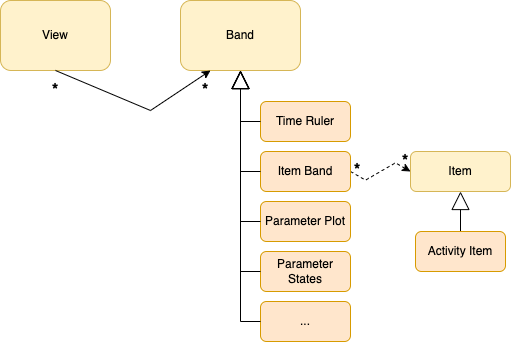
The draw.io diagram docs/server-manual/timeline/_images/timeline-model.png in yamcs/yamcs, before a commit. Source tidied: cells renumbered, new cells last; positions are measured from the earlier drawing's top-left corner, leaving out a move shared by most shapes.
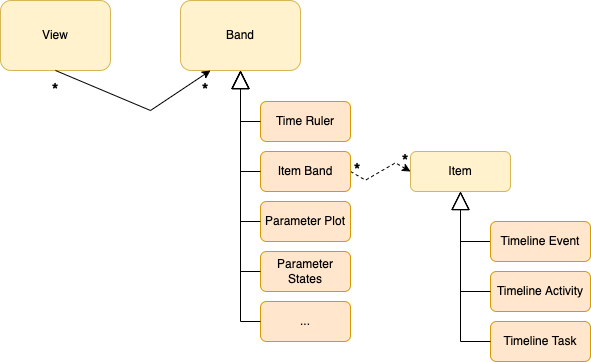
Later version of the same file.

What changed in the source:
```diff
@@ -38,8 +38,12 @@
     <mxCell id="11" value="*" style="text;html=1;strokeColor=none;fillColor=none;align=center;verticalAlign=middle;whiteSpace=wrap;rounded=0;fontSize=16;fontStyle=1;" parent="1" vertex="1">
       <mxGeometry x="390" y="151" width="30" height="20" as="geometry" />
     </mxCell>
-    <mxCell id="12" style="endArrow=block;endSize=16;endFill=0;html=1;rounded=0;fontSize=16;entryX=0.5;entryY=1;entryDx=0;entryDy=0;" parent="1" edge="1" source="21" target="4">
-      <mxGeometry relative="1" as="geometry" />
+    <mxCell id="12" style="endArrow=block;endSize=16;endFill=0;html=1;rounded=0;fontSize=16;entryX=0.5;entryY=1;entryDx=0;entryDy=0;exitX=0;exitY=0.5;exitDx=0;exitDy=0;" parent="1" edge="1" source="21" target="4">
+      <mxGeometry relative="1" as="geometry">
+        <Array as="points">
+          <mxPoint x="460" y="241" />
+        </Array>
+      </mxGeometry>
     </mxCell>
     <mxCell id="13" value="Time Ruler" style="rounded=1;whiteSpace=wrap;html=1;fillColor=#ffe6cc;strokeColor=#d79b00;" parent="1" vertex="1">
       <mxGeometry x="260" y="101" width="90" height="40" as="geometry" />
@@ -81,8 +85,8 @@
         </Array>
       </mxGeometry>
     </mxCell>
-    <mxCell id="21" value="Activity Item" style="rounded=1;whiteSpace=wrap;html=1;fillColor=#ffe6cc;strokeColor=#d79b00;" parent="1" vertex="1">
-      <mxGeometry x="415" y="231" width="90" height="40" as="geometry" />
+    <mxCell id="21" value="Timeline Event" style="rounded=1;whiteSpace=wrap;html=1;fillColor=#ffe6cc;strokeColor=#d79b00;" parent="1" vertex="1">
+      <mxGeometry x="490" y="221" width="100" height="40" as="geometry" />
     </mxCell>
     <mxCell id="22" value="..." style="rounded=1;whiteSpace=wrap;html=1;fillColor=#ffe6cc;strokeColor=#d79b00;" parent="1" vertex="1">
       <mxGeometry x="260" y="301" width="90" height="40" as="geometry" />
@@ -94,5 +98,25 @@
         </Array>
       </mxGeometry>
     </mxCell>
+    <mxCell id="24" value="Timeline Activity" style="rounded=1;whiteSpace=wrap;html=1;fillColor=#ffe6cc;strokeColor=#d79b00;" parent="1" vertex="1">
+      <mxGeometry x="490" y="271" width="100" height="40" as="geometry" />
+    </mxCell>
+    <mxCell id="25" style="endArrow=block;endSize=16;endFill=0;html=1;rounded=0;fontSize=16;entryX=0.5;entryY=1;entryDx=0;entryDy=0;exitX=0;exitY=0.5;exitDx=0;exitDy=0;" parent="1" edge="1" source="24" target="4">
+      <mxGeometry relative="1" as="geometry">
+        <Array as="points">
+          <mxPoint x="460" y="291" />
+        </Array>
+      </mxGeometry>
+    </mxCell>
+    <mxCell id="26" value="Timeline Task" style="rounded=1;whiteSpace=wrap;html=1;fillColor=#ffe6cc;strokeColor=#d79b00;" parent="1" vertex="1">
+      <mxGeometry x="490" y="321" width="100" height="40" as="geometry" />
+    </mxCell>
+    <mxCell id="27" style="endArrow=block;endSize=16;endFill=0;html=1;rounded=0;fontSize=16;entryX=0.5;entryY=1;entryDx=0;entryDy=0;exitX=0;exitY=0.5;exitDx=0;exitDy=0;" parent="1" edge="1" source="26" target="4">
+      <mxGeometry relative="1" as="geometry">
+        <Array as="points">
+          <mxPoint x="460" y="341" />
+        </Array>
+      </mxGeometry>
+    </mxCell>
   </root>
 </mxGraphModel>
```
